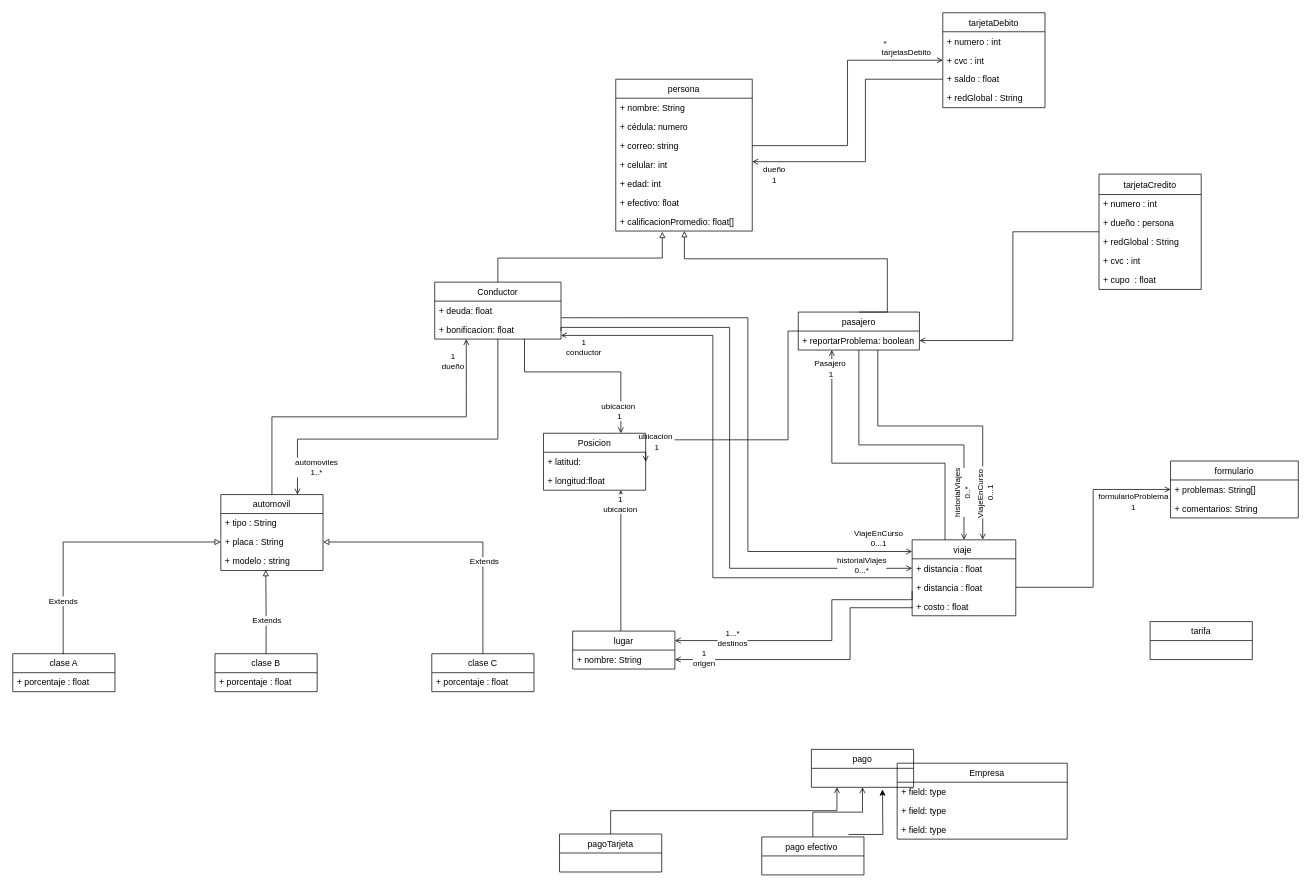
DPOO2022-1-SEC04-G08/Taller2 keeps this draw.io diagram as Untitled Diagram.drawio. Above is the earlier version. Source tidied: cells renumbered, new cells numbered last; positions are measured from the earlier drawing's top-left corner, leaving out a move shared by most shapes. Both pictures are drawn from the tidied source at 73%, with x=0, y=0 at pixel (12, 12).
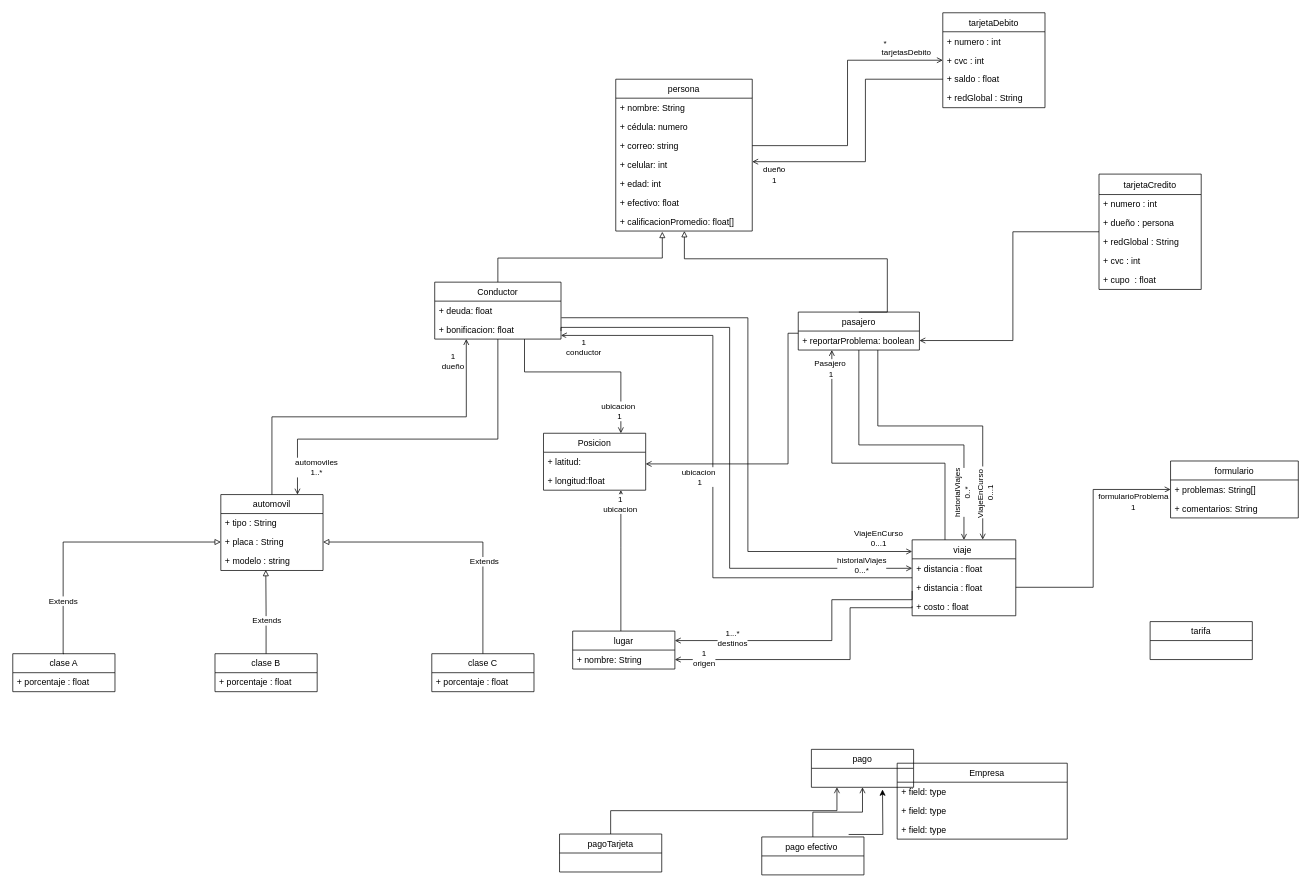
After the change.

The change refers to these unchanged cells:
```xml
<mxCell id="25" value="pasajero" style="swimlane;fontStyle=0;horizontal=1;startSize=26;fillColor=none;" parent="1" vertex="1">
  <mxGeometry x="1076" y="410" width="166" height="52" as="geometry" />
</mxCell>
<mxCell id="101" value="+ latitud:" style="text;strokeColor=none;fillColor=none;align=left;verticalAlign=top;spacingLeft=4;spacingRight=4;overflow=hidden;points=[[0,0.5],[1,0.5]];portConstraint=eastwest;" parent="100" vertex="1">
  <mxGeometry y="26" width="140" height="26" as="geometry" />
</mxCell>
```

What changed in the source:
```diff
@@
-    <mxCell id="23" style="edgeStyle=orthogonalEdgeStyle;rounded=0;jettySize=auto;html=1;entryX=1;entryY=0.5;entryDx=0;entryDy=0;endArrow=open;endFill=0;" parent="1" edge="1" source="25" target="101">
+    <mxCell id="23" style="edgeStyle=orthogonalEdgeStyle;rounded=0;orthogonalLoop=1;jettySize=auto;html=1;entryX=1;entryY=0.5;entryDx=0;entryDy=0;endArrow=open;endFill=0;" parent="1" edge="1">
       <mxGeometry relative="1" as="geometry">
+        <mxPoint x="1076" y="439" as="sourcePoint" />
+        <mxPoint x="867" y="618" as="targetPoint" />
         <Array as="points">
-          <mxPoint x="1062" y="436" />
-          <mxPoint x="1062" y="585" />
+          <mxPoint x="1062" y="439" />
+          <mxPoint x="1062" y="618" />
         </Array>
       </mxGeometry>
     </mxCell>
     <mxCell id="24" value="ubicacion&amp;nbsp;&lt;br&gt;1" style="edgeLabel;html=1;align=center;verticalAlign=middle;" parent="23" vertex="1">
       <mxGeometry x="0.86" y="1" relative="1" as="geometry">
-        <mxPoint x="13" y="-1" as="offset" />
+        <mxPoint x="46" y="16" as="offset" />
       </mxGeometry>
     </mxCell>
```
